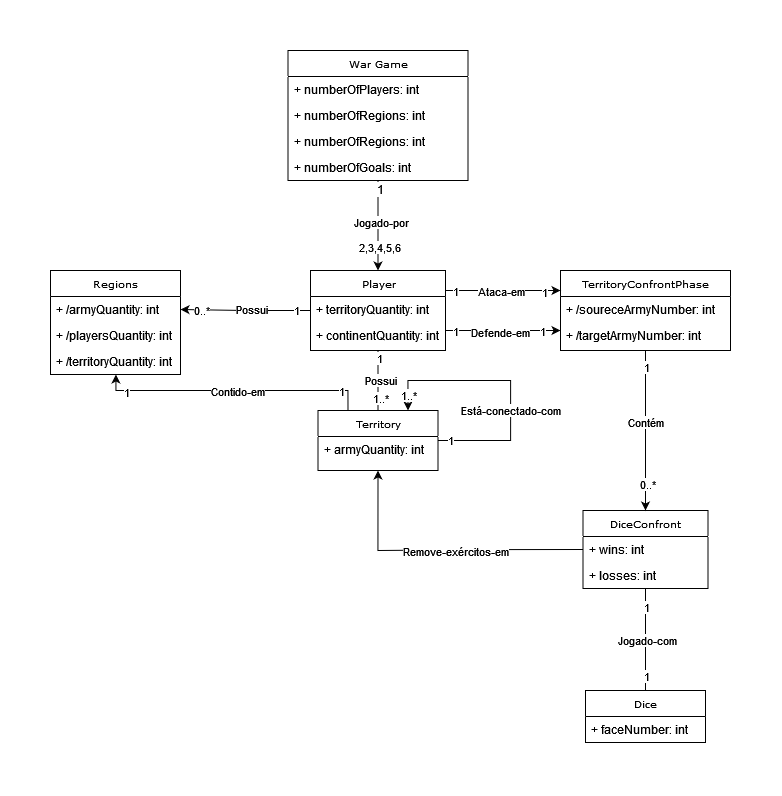
Earlier version of the draw.io export DomainModelTerritoryAttack.png (Gil32610/domain-model-territory-confront). Source tidied: cells renumbered, new cells last; positions are measured from the earlier drawing's top-left corner, leaving out a move shared by most shapes.
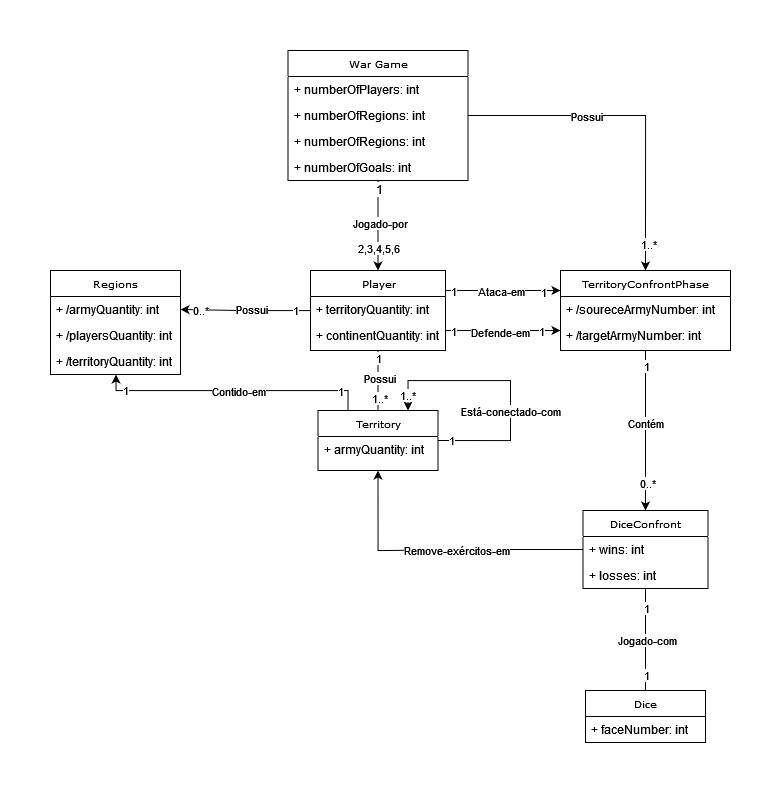
After the change.

Diff of the diagram source:
```diff
@@ -214,5 +214,16 @@
     <mxCell id="61" value="+ /targetArmyNumber: int" style="text;html=1;strokeColor=none;fillColor=none;align=left;verticalAlign=top;spacingLeft=4;spacingRight=4;whiteSpace=wrap;overflow=hidden;" parent="59" vertex="1">
       <mxGeometry y="52" width="170" height="26" as="geometry" />
     </mxCell>
+    <mxCell id="62" style="edgeStyle=orthogonalEdgeStyle;rounded=0;jettySize=auto;html=1;entryX=0.5;entryY=0;entryDx=0;entryDy=0;" parent="1" edge="1" source="42" target="59">
+      <mxGeometry relative="1" as="geometry" />
+    </mxCell>
+    <mxCell id="63" value="Possui" style="edgeLabel;html=1;align=center;verticalAlign=middle;" parent="62" vertex="1">
+      <mxGeometry x="-0.37" relative="1" as="geometry">
+        <mxPoint x="13" as="offset" />
+      </mxGeometry>
+    </mxCell>
+    <mxCell id="64" value="1..*" style="edgeLabel;html=1;align=center;verticalAlign=middle;" parent="62" vertex="1">
+      <mxGeometry x="0.84" y="2" relative="1" as="geometry" />
+    </mxCell>
   </root>
 </mxGraphModel>
```
